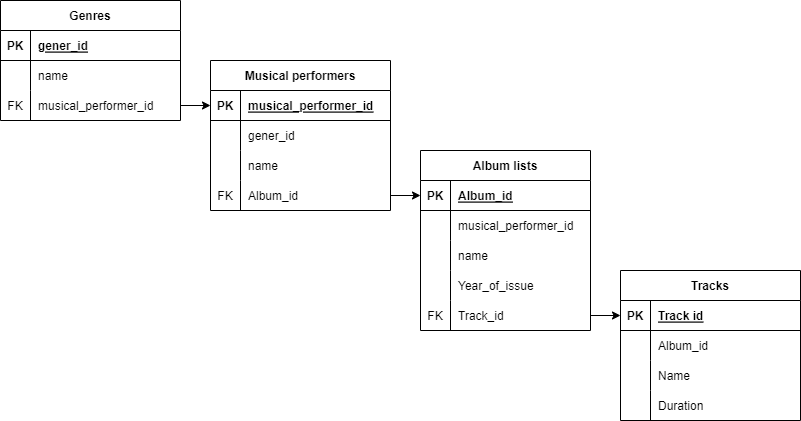
Earlier version of the draw.io export Music site.drawio.png (VadimRoziznan/Music-site). Source tidied: cells renumbered, new cells last; positions are measured from the earlier drawing's top-left corner, leaving out a move shared by most shapes.
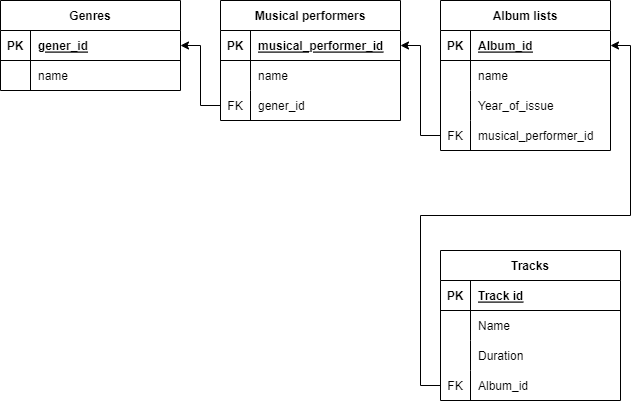
The same file after the commit.

Diff of the diagram source:
```diff
@@ -3,7 +3,7 @@
     <mxCell id="0" />
     <mxCell id="1" parent="0" />
     <mxCell id="2" value="Genres" style="shape=table;startSize=30;rowLines=0;fontStyle=1;align=center;" parent="1" vertex="1">
-      <mxGeometry width="180" height="120" as="geometry" />
+      <mxGeometry width="180" height="90" as="geometry" />
     </mxCell>
     <mxCell id="3" style="shape=tableRow;horizontal=0;startSize=0;swimlaneHead=0;swimlaneBody=0;fillColor=none;points=[[0,0.5],[1,0.5]];portConstraint=eastwest;top=0;left=0;right=0;bottom=1;" parent="2" vertex="1">
       <mxGeometry y="30" width="180" height="30" as="geometry" />
@@ -23,17 +23,8 @@
     <mxCell id="8" value="name" style="shape=partialRectangle;fillColor=none;top=0;left=0;bottom=0;right=0;align=left;spacingLeft=6;overflow=hidden;" parent="6" vertex="1">
       <mxGeometry x="30" width="150" height="30" as="geometry" />
     </mxCell>
-    <mxCell id="9" style="shape=tableRow;horizontal=0;startSize=0;swimlaneHead=0;swimlaneBody=0;fillColor=none;points=[[0,0.5],[1,0.5]];portConstraint=eastwest;top=0;left=0;right=0;bottom=0;" parent="2" vertex="1">
-      <mxGeometry y="90" width="180" height="30" as="geometry" />
-    </mxCell>
-    <mxCell id="10" value="FK" style="shape=partialRectangle;fillColor=none;top=0;left=0;bottom=0;right=0;overflow=hidden;" parent="9" vertex="1">
-      <mxGeometry width="30" height="30" as="geometry" />
-    </mxCell>
-    <mxCell id="11" value="musical_performer_id" style="shape=partialRectangle;fillColor=none;top=0;left=0;bottom=0;right=0;align=left;spacingLeft=6;overflow=hidden;" parent="9" vertex="1">
-      <mxGeometry x="30" width="150" height="30" as="geometry" />
-    </mxCell>
     <mxCell id="12" value="Musical performers" style="shape=table;startSize=30;rowLines=0;fontStyle=1;align=center;strokeColor=default;fontFamily=Helvetica;fontSize=12;fontColor=default;fillColor=none;" parent="1" vertex="1">
-      <mxGeometry x="210" y="60" width="180" height="150" as="geometry" />
+      <mxGeometry x="220" width="180" height="120" as="geometry" />
     </mxCell>
     <mxCell id="13" style="shape=tableRow;horizontal=0;startSize=0;swimlaneHead=0;swimlaneBody=0;fillColor=none;points=[[0,0.5],[1,0.5]];portConstraint=eastwest;top=0;left=0;right=0;bottom=1;strokeColor=default;fontFamily=Helvetica;fontSize=12;fontColor=default;" parent="12" vertex="1">
       <mxGeometry y="30" width="180" height="30" as="geometry" />
@@ -44,17 +35,8 @@
     <mxCell id="15" value="musical_performer_id" style="shape=partialRectangle;fillColor=none;top=0;left=0;bottom=0;right=0;align=left;spacingLeft=6;fontStyle=5;overflow=hidden;strokeColor=default;fontFamily=Helvetica;fontSize=12;fontColor=default;" parent="13" vertex="1">
       <mxGeometry x="30" width="150" height="30" as="geometry" />
     </mxCell>
-    <mxCell id="16" style="shape=tableRow;horizontal=0;startSize=0;swimlaneHead=0;swimlaneBody=0;fillColor=none;top=0;left=0;right=0;bottom=0;strokeColor=default;fontFamily=Helvetica;fontSize=12;fontColor=default;" parent="12" vertex="1">
-      <mxGeometry y="60" width="180" height="30" as="geometry" />
-    </mxCell>
-    <mxCell id="17" style="shape=partialRectangle;fillColor=none;top=0;left=0;bottom=0;right=0;overflow=hidden;strokeColor=default;fontFamily=Helvetica;fontSize=12;fontColor=default;" parent="16" vertex="1">
-      <mxGeometry width="30" height="30" as="geometry" />
-    </mxCell>
-    <mxCell id="18" value="gener_id" style="shape=partialRectangle;fillColor=none;top=0;left=0;bottom=0;right=0;align=left;spacingLeft=6;overflow=hidden;strokeColor=default;fontFamily=Helvetica;fontSize=12;fontColor=default;" parent="16" vertex="1">
-      <mxGeometry x="30" width="150" height="30" as="geometry" />
-    </mxCell>
     <mxCell id="19" style="shape=tableRow;horizontal=0;startSize=0;swimlaneHead=0;swimlaneBody=0;fillColor=none;top=0;left=0;right=0;bottom=0;strokeColor=default;fontFamily=Helvetica;fontSize=12;fontColor=default;" parent="12" vertex="1">
-      <mxGeometry y="90" width="180" height="30" as="geometry" />
+      <mxGeometry y="60" width="180" height="30" as="geometry" />
     </mxCell>
     <mxCell id="20" style="shape=partialRectangle;fillColor=none;top=0;left=0;bottom=0;right=0;overflow=hidden;strokeColor=default;fontFamily=Helvetica;fontSize=12;fontColor=default;" parent="19" vertex="1">
       <mxGeometry width="30" height="30" as="geometry" />
@@ -63,16 +45,16 @@
       <mxGeometry x="30" width="150" height="30" as="geometry" />
     </mxCell>
     <mxCell id="22" style="shape=tableRow;horizontal=0;startSize=0;swimlaneHead=0;swimlaneBody=0;fillColor=none;points=[[0,0.5],[1,0.5]];portConstraint=eastwest;top=0;left=0;right=0;bottom=0;strokeColor=default;fontFamily=Helvetica;fontSize=12;fontColor=default;" parent="12" vertex="1">
-      <mxGeometry y="120" width="180" height="30" as="geometry" />
+      <mxGeometry y="90" width="180" height="30" as="geometry" />
     </mxCell>
     <mxCell id="23" value="FK" style="shape=partialRectangle;fillColor=none;top=0;left=0;bottom=0;right=0;overflow=hidden;strokeColor=default;fontFamily=Helvetica;fontSize=12;fontColor=default;" parent="22" vertex="1">
       <mxGeometry width="30" height="30" as="geometry" />
     </mxCell>
-    <mxCell id="24" value="Album_id" style="shape=partialRectangle;fillColor=none;top=0;left=0;bottom=0;right=0;align=left;spacingLeft=6;overflow=hidden;strokeColor=default;fontFamily=Helvetica;fontSize=12;fontColor=default;" parent="22" vertex="1">
+    <mxCell id="24" value="gener_id" style="shape=partialRectangle;fillColor=none;top=0;left=0;bottom=0;right=0;align=left;spacingLeft=6;overflow=hidden;strokeColor=default;fontFamily=Helvetica;fontSize=12;fontColor=default;" parent="22" vertex="1">
       <mxGeometry x="30" width="150" height="30" as="geometry" />
     </mxCell>
     <mxCell id="25" value="Album lists" style="shape=table;startSize=30;rowLines=0;fontStyle=1;align=center;strokeColor=default;fontFamily=Helvetica;fontSize=12;fontColor=default;fillColor=none;" parent="1" vertex="1">
-      <mxGeometry x="420" y="150" width="170" height="180" as="geometry" />
+      <mxGeometry x="440" width="170" height="150" as="geometry" />
     </mxCell>
     <mxCell id="26" style="shape=tableRow;horizontal=0;startSize=0;swimlaneHead=0;swimlaneBody=0;fillColor=none;points=[[0,0.5],[1,0.5]];portConstraint=eastwest;top=0;left=0;right=0;bottom=1;strokeColor=default;fontFamily=Helvetica;fontSize=12;fontColor=default;" parent="25" vertex="1">
       <mxGeometry y="30" width="170" height="30" as="geometry" />
@@ -83,17 +65,8 @@
     <mxCell id="28" value="Album_id" style="shape=partialRectangle;fillColor=none;top=0;left=0;bottom=0;right=0;align=left;spacingLeft=6;fontStyle=5;overflow=hidden;strokeColor=default;fontFamily=Helvetica;fontSize=12;fontColor=default;" parent="26" vertex="1">
       <mxGeometry x="30" width="140" height="30" as="geometry" />
     </mxCell>
-    <mxCell id="29" style="shape=tableRow;horizontal=0;startSize=0;swimlaneHead=0;swimlaneBody=0;fillColor=none;top=0;left=0;right=0;bottom=0;strokeColor=default;fontFamily=Helvetica;fontSize=12;fontColor=default;" parent="25" vertex="1">
-      <mxGeometry y="60" width="170" height="30" as="geometry" />
-    </mxCell>
-    <mxCell id="30" style="shape=partialRectangle;fillColor=none;top=0;left=0;bottom=0;right=0;overflow=hidden;strokeColor=default;fontFamily=Helvetica;fontSize=12;fontColor=default;" parent="29" vertex="1">
-      <mxGeometry width="30" height="30" as="geometry" />
-    </mxCell>
-    <mxCell id="31" value="musical_performer_id" style="shape=partialRectangle;fillColor=none;top=0;left=0;bottom=0;right=0;align=left;spacingLeft=6;overflow=hidden;strokeColor=default;fontFamily=Helvetica;fontSize=12;fontColor=default;" parent="29" vertex="1">
-      <mxGeometry x="30" width="140" height="30" as="geometry" />
-    </mxCell>
     <mxCell id="32" style="shape=tableRow;horizontal=0;startSize=0;swimlaneHead=0;swimlaneBody=0;fillColor=none;top=0;left=0;right=0;bottom=0;strokeColor=default;fontFamily=Helvetica;fontSize=12;fontColor=default;" parent="25" vertex="1">
-      <mxGeometry y="90" width="170" height="30" as="geometry" />
+      <mxGeometry y="60" width="170" height="30" as="geometry" />
     </mxCell>
     <mxCell id="33" style="shape=partialRectangle;fillColor=none;top=0;left=0;bottom=0;right=0;overflow=hidden;strokeColor=default;fontFamily=Helvetica;fontSize=12;fontColor=default;" parent="32" vertex="1">
       <mxGeometry width="30" height="30" as="geometry" />
@@ -102,7 +75,7 @@
       <mxGeometry x="30" width="140" height="30" as="geometry" />
     </mxCell>
     <mxCell id="35" style="shape=tableRow;horizontal=0;startSize=0;swimlaneHead=0;swimlaneBody=0;fillColor=none;top=0;left=0;right=0;bottom=0;strokeColor=default;fontFamily=Helvetica;fontSize=12;fontColor=default;" parent="25" vertex="1">
-      <mxGeometry y="120" width="170" height="30" as="geometry" />
+      <mxGeometry y="90" width="170" height="30" as="geometry" />
     </mxCell>
     <mxCell id="36" style="shape=partialRectangle;fillColor=none;top=0;left=0;bottom=0;right=0;overflow=hidden;strokeColor=default;fontFamily=Helvetica;fontSize=12;fontColor=default;" parent="35" vertex="1">
       <mxGeometry width="30" height="30" as="geometry" />
@@ -111,19 +84,19 @@
       <mxGeometry x="30" width="140" height="30" as="geometry" />
     </mxCell>
     <mxCell id="38" style="shape=tableRow;horizontal=0;startSize=0;swimlaneHead=0;swimlaneBody=0;fillColor=none;points=[[0,0.5],[1,0.5]];portConstraint=eastwest;top=0;left=0;right=0;bottom=0;strokeColor=default;fontFamily=Helvetica;fontSize=12;fontColor=default;" parent="25" vertex="1">
-      <mxGeometry y="150" width="170" height="30" as="geometry" />
+      <mxGeometry y="120" width="170" height="30" as="geometry" />
     </mxCell>
     <mxCell id="39" value="FK" style="shape=partialRectangle;fillColor=none;top=0;left=0;bottom=0;right=0;overflow=hidden;strokeColor=default;fontFamily=Helvetica;fontSize=12;fontColor=default;" parent="38" vertex="1">
       <mxGeometry width="30" height="30" as="geometry" />
     </mxCell>
-    <mxCell id="40" value="Track_id" style="shape=partialRectangle;fillColor=none;top=0;left=0;bottom=0;right=0;align=left;spacingLeft=6;overflow=hidden;strokeColor=default;fontFamily=Helvetica;fontSize=12;fontColor=default;" parent="38" vertex="1">
+    <mxCell id="40" value="musical_performer_id" style="shape=partialRectangle;fillColor=none;top=0;left=0;bottom=0;right=0;align=left;spacingLeft=6;overflow=hidden;strokeColor=default;fontFamily=Helvetica;fontSize=12;fontColor=default;" parent="38" vertex="1">
       <mxGeometry x="30" width="140" height="30" as="geometry" />
     </mxCell>
     <mxCell id="41" style="edgeStyle=orthogonalEdgeStyle;rounded=0;jettySize=auto;html=1;exitX=1;exitY=0.5;exitDx=0;exitDy=0;entryX=0;entryY=0.5;entryDx=0;entryDy=0;" parent="1" edge="1" target="13">
       <mxGeometry relative="1" as="geometry" />
     </mxCell>
     <mxCell id="42" value="Tracks" style="shape=table;startSize=30;rowLines=0;fontStyle=1;align=center;" parent="1" vertex="1">
-      <mxGeometry x="620" y="270" width="180" height="150" as="geometry" />
+      <mxGeometry x="440" y="250" width="180" height="150" as="geometry" />
     </mxCell>
     <mxCell id="43" style="shape=tableRow;horizontal=0;startSize=0;swimlaneHead=0;swimlaneBody=0;fillColor=none;points=[[0,0.5],[1,0.5]];portConstraint=eastwest;top=0;left=0;right=0;bottom=1;" parent="42" vertex="1">
       <mxGeometry y="30" width="180" height="30" as="geometry" />
@@ -134,17 +107,8 @@
     <mxCell id="45" value="Track id" style="shape=partialRectangle;fillColor=none;top=0;left=0;bottom=0;right=0;align=left;spacingLeft=6;fontStyle=5;overflow=hidden;" parent="43" vertex="1">
       <mxGeometry x="30" width="150" height="30" as="geometry" />
     </mxCell>
-    <mxCell id="46" style="shape=tableRow;horizontal=0;startSize=0;swimlaneHead=0;swimlaneBody=0;fillColor=none;top=0;left=0;right=0;bottom=0;" parent="42" vertex="1">
-      <mxGeometry y="60" width="180" height="30" as="geometry" />
-    </mxCell>
-    <mxCell id="47" style="shape=partialRectangle;fillColor=none;top=0;left=0;bottom=0;right=0;overflow=hidden;" parent="46" vertex="1">
-      <mxGeometry width="30" height="30" as="geometry" />
-    </mxCell>
-    <mxCell id="48" value="Album_id" style="shape=partialRectangle;fillColor=none;top=0;left=0;bottom=0;right=0;align=left;spacingLeft=6;overflow=hidden;" parent="46" vertex="1">
-      <mxGeometry x="30" width="150" height="30" as="geometry" />
-    </mxCell>
     <mxCell id="49" style="shape=tableRow;horizontal=0;startSize=0;swimlaneHead=0;swimlaneBody=0;fillColor=none;top=0;left=0;right=0;bottom=0;" parent="42" vertex="1">
-      <mxGeometry y="90" width="180" height="30" as="geometry" />
+      <mxGeometry y="60" width="180" height="30" as="geometry" />
     </mxCell>
     <mxCell id="50" style="shape=partialRectangle;fillColor=none;top=0;left=0;bottom=0;right=0;overflow=hidden;" parent="49" vertex="1">
       <mxGeometry width="30" height="30" as="geometry" />
@@ -153,7 +117,7 @@
       <mxGeometry x="30" width="150" height="30" as="geometry" />
     </mxCell>
     <mxCell id="52" style="shape=tableRow;horizontal=0;startSize=0;swimlaneHead=0;swimlaneBody=0;fillColor=none;top=0;left=0;right=0;bottom=0;" parent="42" vertex="1">
-      <mxGeometry y="120" width="180" height="30" as="geometry" />
+      <mxGeometry y="90" width="180" height="30" as="geometry" />
     </mxCell>
     <mxCell id="53" style="shape=partialRectangle;fillColor=none;top=0;left=0;bottom=0;right=0;overflow=hidden;" parent="52" vertex="1">
       <mxGeometry width="30" height="30" as="geometry" />
@@ -161,14 +125,23 @@
     <mxCell id="54" value="Duration" style="shape=partialRectangle;fillColor=none;top=0;left=0;bottom=0;right=0;align=left;spacingLeft=6;overflow=hidden;" parent="52" vertex="1">
       <mxGeometry x="30" width="150" height="30" as="geometry" />
     </mxCell>
-    <mxCell id="55" style="edgeStyle=orthogonalEdgeStyle;rounded=0;jettySize=auto;html=1;exitX=1;exitY=0.5;exitDx=0;exitDy=0;entryX=0;entryY=0.5;entryDx=0;entryDy=0;" parent="1" edge="1" source="9" target="13">
-      <mxGeometry relative="1" as="geometry" />
-    </mxCell>
-    <mxCell id="56" style="edgeStyle=orthogonalEdgeStyle;rounded=0;jettySize=auto;html=1;exitX=1;exitY=0.5;exitDx=0;exitDy=0;entryX=0;entryY=0.5;entryDx=0;entryDy=0;" parent="1" edge="1" source="22" target="26">
-      <mxGeometry relative="1" as="geometry" />
-    </mxCell>
-    <mxCell id="57" style="edgeStyle=orthogonalEdgeStyle;rounded=0;jettySize=auto;html=1;exitX=1;exitY=0.5;exitDx=0;exitDy=0;entryX=0;entryY=0.5;entryDx=0;entryDy=0;" parent="1" edge="1" source="38" target="43">
-      <mxGeometry relative="1" as="geometry" />
-    </mxCell>
+    <mxCell id="58" style="shape=tableRow;horizontal=0;startSize=0;swimlaneHead=0;swimlaneBody=0;fillColor=none;points=[[0,0.5],[1,0.5]];portConstraint=eastwest;top=0;left=0;right=0;bottom=0;" parent="42" vertex="1">
+      <mxGeometry y="120" width="180" height="30" as="geometry" />
+    </mxCell>
+    <mxCell id="10" value="FK" style="shape=partialRectangle;fillColor=none;top=0;left=0;bottom=0;right=0;overflow=hidden;" parent="58" vertex="1">
+      <mxGeometry width="30" height="30" as="geometry" />
+    </mxCell>
+    <mxCell id="48" value="Album_id" style="shape=partialRectangle;fillColor=none;top=0;left=0;bottom=0;right=0;align=left;spacingLeft=6;overflow=hidden;" parent="58" vertex="1">
+      <mxGeometry x="30" width="150" height="30" as="geometry" />
+    </mxCell>
+    <mxCell id="59" style="edgeStyle=orthogonalEdgeStyle;rounded=0;jettySize=auto;html=1;exitX=0;exitY=0.5;exitDx=0;exitDy=0;entryX=1;entryY=0.5;entryDx=0;entryDy=0;" parent="1" edge="1" source="22" target="3">
+      <mxGeometry relative="1" as="geometry" />
+    </mxCell>
+    <mxCell id="60" style="edgeStyle=orthogonalEdgeStyle;rounded=0;jettySize=auto;html=1;exitX=0;exitY=0.5;exitDx=0;exitDy=0;entryX=1;entryY=0.5;entryDx=0;entryDy=0;" parent="1" edge="1" source="38" target="13">
+      <mxGeometry relative="1" as="geometry" />
+    </mxCell>
+    <mxCell id="61" style="edgeStyle=orthogonalEdgeStyle;rounded=0;jettySize=auto;html=1;exitX=0;exitY=0.5;exitDx=0;exitDy=0;entryX=1;entryY=0.5;entryDx=0;entryDy=0;" parent="1" edge="1" source="58" target="26">
+      <mxGeometry relative="1" as="geometry" />
+    </mxCell>
   </root>
 </mxGraphModel>
```
